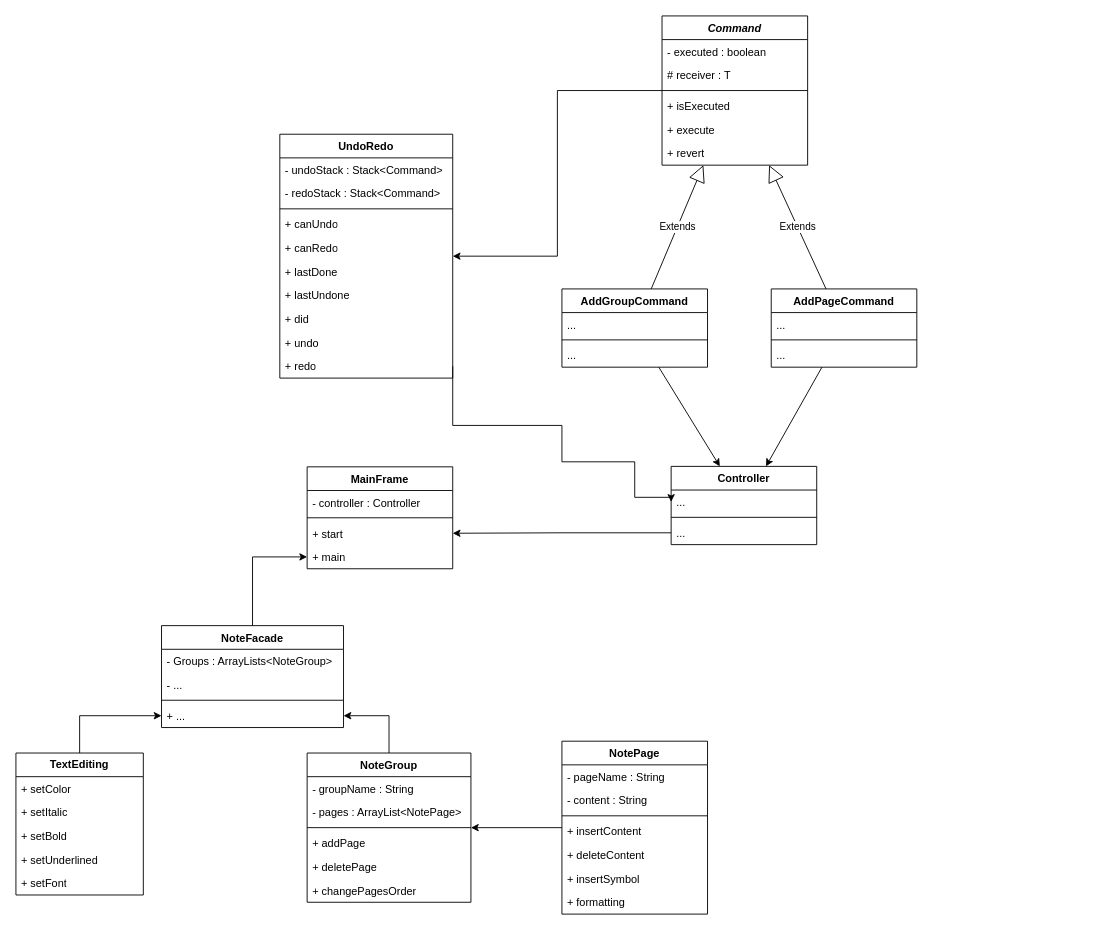
Above: page "Class Diagram" (9 of 9) of uml_diagrams/notebookapp.drawio in EvatsugDnalloR/NotebookApplication (draw.io), before the change. Source tidied: cells renumbered, new cells numbered last; positions are measured from the earlier drawing's top-left corner, leaving out a move shared by most shapes. Both pictures are drawn from the tidied source at 91%, with x=0, y=0 at pixel (15, 15).
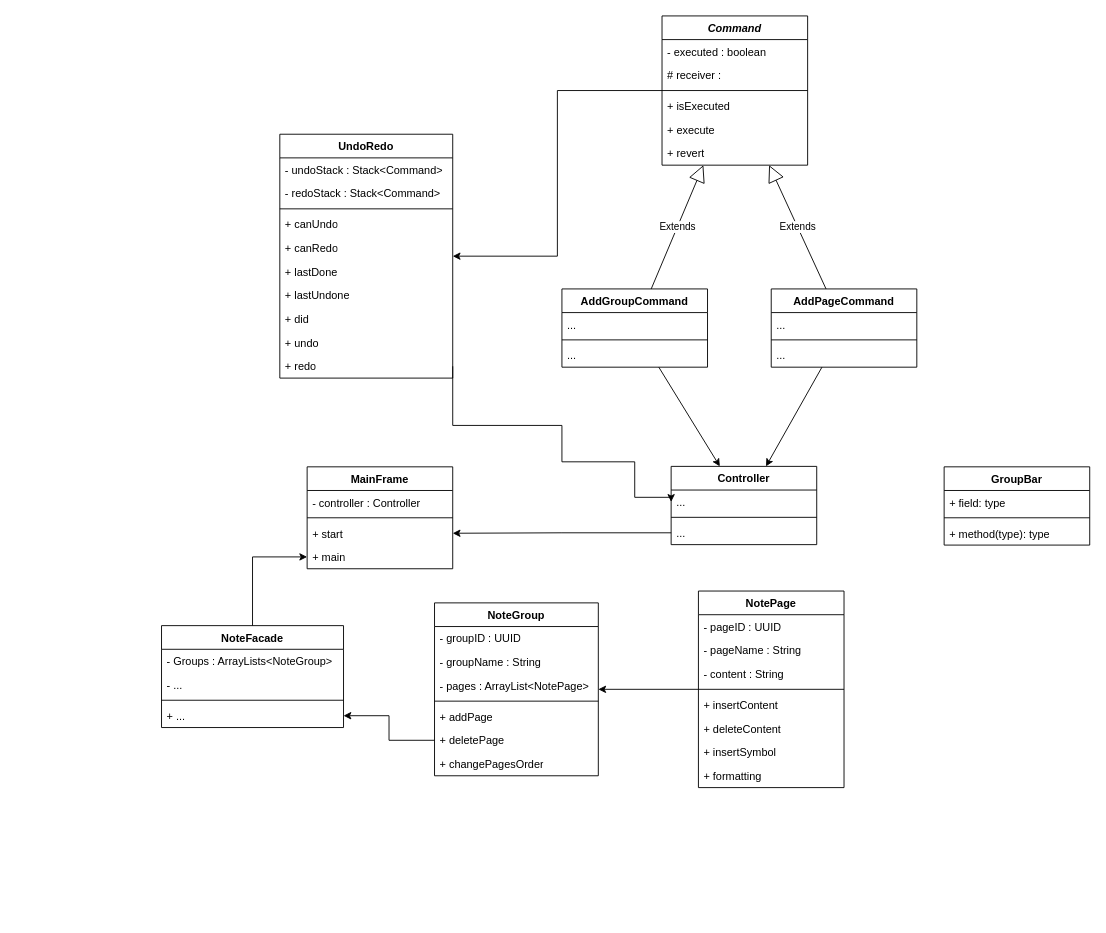
Above is the later version.

The change refers to these unchanged cells:
```xml
<mxCell id="23" value="+ ..." style="text;strokeColor=none;fillColor=none;align=left;verticalAlign=top;spacingLeft=4;spacingRight=4;overflow=hidden;points=[[0,0.5],[1,0.5]];portConstraint=eastwest;whiteSpace=wrap;html=1;" parent="19" vertex="1">
  <mxGeometry y="86" width="200" height="26" as="geometry" />
</mxCell>
<mxCell id="35" value="&lt;i&gt;Command&lt;/i&gt;" style="swimlane;fontStyle=1;align=center;verticalAlign=top;horizontal=1;startSize=26;whiteSpace=wrap;html=1;" parent="1" vertex="1">
  <mxGeometry x="710" width="160" height="164" as="geometry" />
</mxCell>
```

The edit, as a diff of the source:
```diff
@@
     <mxCell id="3" value="NotePage" style="swimlane;fontStyle=1;align=center;verticalAlign=top;horizontal=1;startSize=26;whiteSpace=wrap;html=1;" parent="1" vertex="1">
-      <mxGeometry x="600" y="797" width="160" height="190" as="geometry" />
+      <mxGeometry x="750" y="632" width="160" height="216" as="geometry" />
     </mxCell>
-    <mxCell id="4" value="- pageName : String" style="text;strokeColor=none;fillColor=none;align=left;verticalAlign=top;spacingLeft=4;spacingRight=4;overflow=hidden;whiteSpace=wrap;html=1;" parent="3" vertex="1">
+    <mxCell id="4" value="- pageID : UUID" style="text;strokeColor=none;fillColor=none;align=left;verticalAlign=top;spacingLeft=4;spacingRight=4;overflow=hidden;whiteSpace=wrap;html=1;fontStyle=0;" parent="3" vertex="1">
       <mxGeometry y="26" width="160" height="26" as="geometry" />
     </mxCell>
+    <mxCell id="74" value="- pageName : String" style="text;strokeColor=none;fillColor=none;align=left;verticalAlign=top;spacingLeft=4;spacingRight=4;overflow=hidden;whiteSpace=wrap;html=1;" parent="3" vertex="1">
+      <mxGeometry y="52" width="160" height="26" as="geometry" />
+    </mxCell>
     <mxCell id="5" value="- content : String" style="text;strokeColor=none;fillColor=none;align=left;verticalAlign=top;spacingLeft=4;spacingRight=4;overflow=hidden;whiteSpace=wrap;html=1;" parent="3" vertex="1">
-      <mxGeometry y="52" width="160" height="26" as="geometry" />
+      <mxGeometry y="78" width="160" height="26" as="geometry" />
     </mxCell>
     <mxCell id="6" style="line;strokeWidth=1;fillColor=none;align=left;verticalAlign=middle;spacingTop=-1;spacingLeft=3;spacingRight=3;labelPosition=right;strokeColor=inherit;" parent="3" vertex="1">
-      <mxGeometry y="78" width="160" height="8" as="geometry" />
+      <mxGeometry y="104" width="160" height="8" as="geometry" />
     </mxCell>
     <mxCell id="7" value="+ insertContent" style="text;strokeColor=none;fillColor=none;align=left;verticalAlign=top;spacingLeft=4;spacingRight=4;overflow=hidden;whiteSpace=wrap;html=1;" parent="3" vertex="1">
-      <mxGeometry y="86" width="160" height="26" as="geometry" />
+      <mxGeometry y="112" width="160" height="26" as="geometry" />
     </mxCell>
     <mxCell id="8" value="+ deleteContent" style="text;strokeColor=none;fillColor=none;align=left;verticalAlign=top;spacingLeft=4;spacingRight=4;overflow=hidden;whiteSpace=wrap;html=1;" parent="3" vertex="1">
-      <mxGeometry y="112" width="160" height="26" as="geometry" />
+      <mxGeometry y="138" width="160" height="26" as="geometry" />
     </mxCell>
     <mxCell id="9" value="+&amp;nbsp;insertSymbol" style="text;strokeColor=none;fillColor=none;align=left;verticalAlign=top;spacingLeft=4;spacingRight=4;overflow=hidden;whiteSpace=wrap;html=1;" parent="3" vertex="1">
-      <mxGeometry y="138" width="160" height="26" as="geometry" />
+      <mxGeometry y="164" width="160" height="26" as="geometry" />
     </mxCell>
     <mxCell id="10" value="+ formatting" style="text;strokeColor=none;fillColor=none;align=left;verticalAlign=top;spacingLeft=4;spacingRight=4;overflow=hidden;whiteSpace=wrap;html=1;" parent="3" vertex="1">
-      <mxGeometry y="164" width="160" height="26" as="geometry" />
+      <mxGeometry y="190" width="160" height="26" as="geometry" />
     </mxCell>
-    <mxCell id="11" style="edgeStyle=orthogonalEdgeStyle;rounded=0;jettySize=auto;html=1;exitX=0.5;exitY=0;exitDx=0;exitDy=0;entryX=1;entryY=0.5;entryDx=0;entryDy=0;" parent="1" edge="1" source="12" target="23">
+    <mxCell id="11" style="edgeStyle=orthogonalEdgeStyle;rounded=0;jettySize=auto;html=1;exitX=0;exitY=0.5;exitDx=0;exitDy=0;entryX=1;entryY=0.5;entryDx=0;entryDy=0;" parent="1" edge="1" source="17" target="23">
       <mxGeometry relative="1" as="geometry" />
     </mxCell>
     <mxCell id="12" value="NoteGroup" style="swimlane;fontStyle=1;align=center;verticalAlign=top;horizontal=1;startSize=26;whiteSpace=wrap;html=1;" parent="1" vertex="1">
-      <mxGeometry x="320" y="810" width="180" height="164" as="geometry" />
+      <mxGeometry x="460" y="645" width="180" height="190" as="geometry" />
     </mxCell>
+    <mxCell id="75" value="- groupID : UUID" style="text;strokeColor=none;fillColor=none;align=left;verticalAlign=top;spacingLeft=4;spacingRight=4;overflow=hidden;whiteSpace=wrap;html=1;" parent="12" vertex="1">
+      <mxGeometry y="26" width="180" height="26" as="geometry" />
+    </mxCell>
     <mxCell id="13" value="- groupName : String" style="text;strokeColor=none;fillColor=none;align=left;verticalAlign=top;spacingLeft=4;spacingRight=4;overflow=hidden;whiteSpace=wrap;html=1;" parent="12" vertex="1">
-      <mxGeometry y="26" width="180" height="26" as="geometry" />
+      <mxGeometry y="52" width="180" height="26" as="geometry" />
     </mxCell>
     <mxCell id="14" value="- pages : ArrayList&amp;lt;NotePage&amp;gt;" style="text;strokeColor=none;fillColor=none;align=left;verticalAlign=top;spacingLeft=4;spacingRight=4;overflow=hidden;whiteSpace=wrap;html=1;" parent="12" vertex="1">
-      <mxGeometry y="52" width="180" height="26" as="geometry" />
+      <mxGeometry y="78" width="180" height="26" as="geometry" />
     </mxCell>
     <mxCell id="15" style="line;strokeWidth=1;fillColor=none;align=left;verticalAlign=middle;spacingTop=-1;spacingLeft=3;spacingRight=3;labelPosition=right;strokeColor=inherit;" parent="12" vertex="1">
-      <mxGeometry y="78" width="180" height="8" as="geometry" />
+      <mxGeometry y="104" width="180" height="8" as="geometry" />
     </mxCell>
     <mxCell id="16" value="+ addPage" style="text;strokeColor=none;fillColor=none;align=left;verticalAlign=top;spacingLeft=4;spacingRight=4;overflow=hidden;whiteSpace=wrap;html=1;" parent="12" vertex="1">
-      <mxGeometry y="86" width="180" height="26" as="geometry" />
+      <mxGeometry y="112" width="180" height="26" as="geometry" />
     </mxCell>
     <mxCell id="17" value="+ deletePage" style="text;strokeColor=none;fillColor=none;align=left;verticalAlign=top;spacingLeft=4;spacingRight=4;overflow=hidden;points=[[0,0.5],[1,0.5]];portConstraint=eastwest;whiteSpace=wrap;html=1;" parent="12" vertex="1">
-      <mxGeometry y="112" width="180" height="26" as="geometry" />
+      <mxGeometry y="138" width="180" height="26" as="geometry" />
     </mxCell>
     <mxCell id="18" value="+ changePagesOrder" style="text;strokeColor=none;fillColor=none;align=left;verticalAlign=top;spacingLeft=4;spacingRight=4;overflow=hidden;whiteSpace=wrap;html=1;" parent="12" vertex="1">
-      <mxGeometry y="138" width="180" height="26" as="geometry" />
+      <mxGeometry y="164" width="180" height="26" as="geometry" />
     </mxCell>
@@
-    <mxCell id="37" value="# receiver : T" style="text;strokeColor=none;fillColor=none;align=left;verticalAlign=top;spacingLeft=4;spacingRight=4;overflow=hidden;whiteSpace=wrap;html=1;" parent="35" vertex="1">
+    <mxCell id="37" value="# receiver :&amp;nbsp;" style="text;strokeColor=none;fillColor=none;align=left;verticalAlign=top;spacingLeft=4;spacingRight=4;overflow=hidden;whiteSpace=wrap;html=1;" parent="35" vertex="1">
       <mxGeometry y="52" width="160" height="26" as="geometry" />
     </mxCell>
@@
-    <mxCell id="65" style="edgeStyle=orthogonalEdgeStyle;rounded=0;jettySize=auto;html=1;exitX=0.5;exitY=0;exitDx=0;exitDy=0;entryX=0;entryY=0.5;entryDx=0;entryDy=0;" parent="1" edge="1" source="66" target="23">
-      <mxGeometry relative="1" as="geometry" />
-    </mxCell>
-    <mxCell id="66" value="&lt;span style=&quot;font-weight: 700;&quot;&gt;TextEditing&lt;/span&gt;" style="swimlane;fontStyle=0;horizontal=1;startSize=26;fillColor=none;whiteSpace=wrap;html=1;" parent="1" vertex="1">
-      <mxGeometry y="810" width="140" height="156" as="geometry" />
-    </mxCell>
-    <mxCell id="67" value="+ setColor" style="text;strokeColor=none;fillColor=none;align=left;verticalAlign=top;spacingLeft=4;spacingRight=4;overflow=hidden;whiteSpace=wrap;html=1;" parent="66" vertex="1">
-      <mxGeometry y="26" width="140" height="26" as="geometry" />
-    </mxCell>
-    <mxCell id="68" value="+ setItalic" style="text;strokeColor=none;fillColor=none;align=left;verticalAlign=top;spacingLeft=4;spacingRight=4;overflow=hidden;whiteSpace=wrap;html=1;" parent="66" vertex="1">
-      <mxGeometry y="52" width="140" height="26" as="geometry" />
-    </mxCell>
-    <mxCell id="69" value="+ setBold" style="text;strokeColor=none;fillColor=none;align=left;verticalAlign=top;spacingLeft=4;spacingRight=4;overflow=hidden;whiteSpace=wrap;html=1;" parent="66" vertex="1">
-      <mxGeometry y="78" width="140" height="26" as="geometry" />
-    </mxCell>
-    <mxCell id="70" value="+ setUnderlined" style="text;strokeColor=none;fillColor=none;align=left;verticalAlign=top;spacingLeft=4;spacingRight=4;overflow=hidden;whiteSpace=wrap;html=1;" parent="66" vertex="1">
-      <mxGeometry y="104" width="140" height="26" as="geometry" />
-    </mxCell>
-    <mxCell id="71" value="+ setFont" style="text;strokeColor=none;fillColor=none;align=left;verticalAlign=top;spacingLeft=4;spacingRight=4;overflow=hidden;whiteSpace=wrap;html=1;" parent="66" vertex="1">
-      <mxGeometry y="130" width="140" height="26" as="geometry" />
-    </mxCell>
@@
+    <mxCell id="76" value="GroupBar" style="swimlane;fontStyle=1;align=center;verticalAlign=top;horizontal=1;startSize=26;whiteSpace=wrap;html=1;" parent="1" vertex="1">
+      <mxGeometry x="1020" y="495.5" width="160" height="86" as="geometry" />
+    </mxCell>
+    <mxCell id="77" value="+ field: type" style="text;strokeColor=none;fillColor=none;align=left;verticalAlign=top;spacingLeft=4;spacingRight=4;overflow=hidden;whiteSpace=wrap;html=1;" parent="76" vertex="1">
+      <mxGeometry y="26" width="160" height="26" as="geometry" />
+    </mxCell>
+    <mxCell id="78" style="line;strokeWidth=1;fillColor=none;align=left;verticalAlign=middle;spacingTop=-1;spacingLeft=3;spacingRight=3;labelPosition=right;strokeColor=inherit;" parent="76" vertex="1">
+      <mxGeometry y="52" width="160" height="8" as="geometry" />
+    </mxCell>
+    <mxCell id="79" value="+ method(type): type" style="text;strokeColor=none;fillColor=none;align=left;verticalAlign=top;spacingLeft=4;spacingRight=4;overflow=hidden;whiteSpace=wrap;html=1;" parent="76" vertex="1">
+      <mxGeometry y="60" width="160" height="26" as="geometry" />
+    </mxCell>
```
